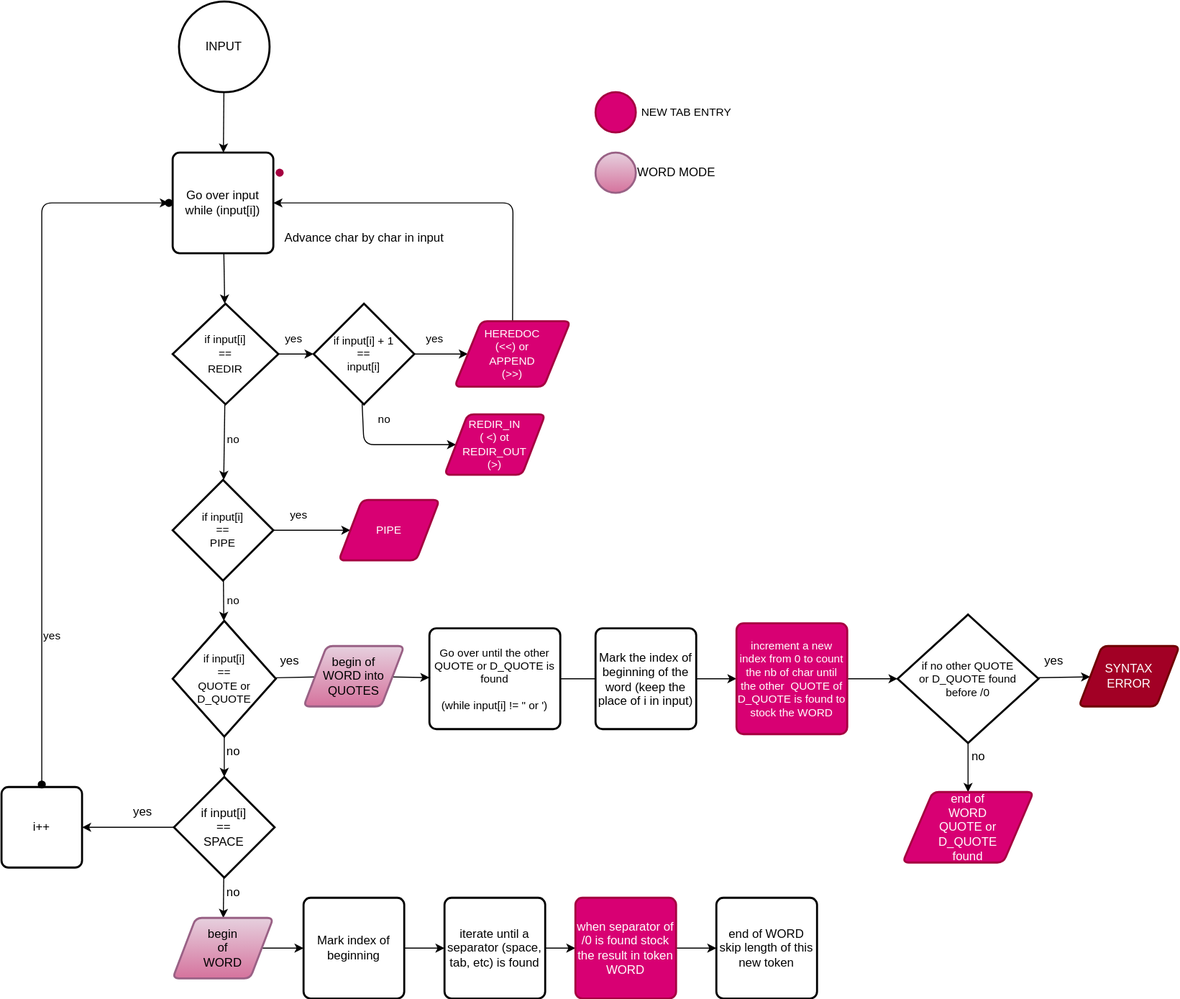
csteylae/MiniTry keeps this draw.io diagram as draws/doc_tokenization.drawio.svg. Above is the earlier version. Source tidied: cells renumbered, new cells last; positions are measured from the earlier drawing's top-left corner, leaving out a move shared by most shapes.
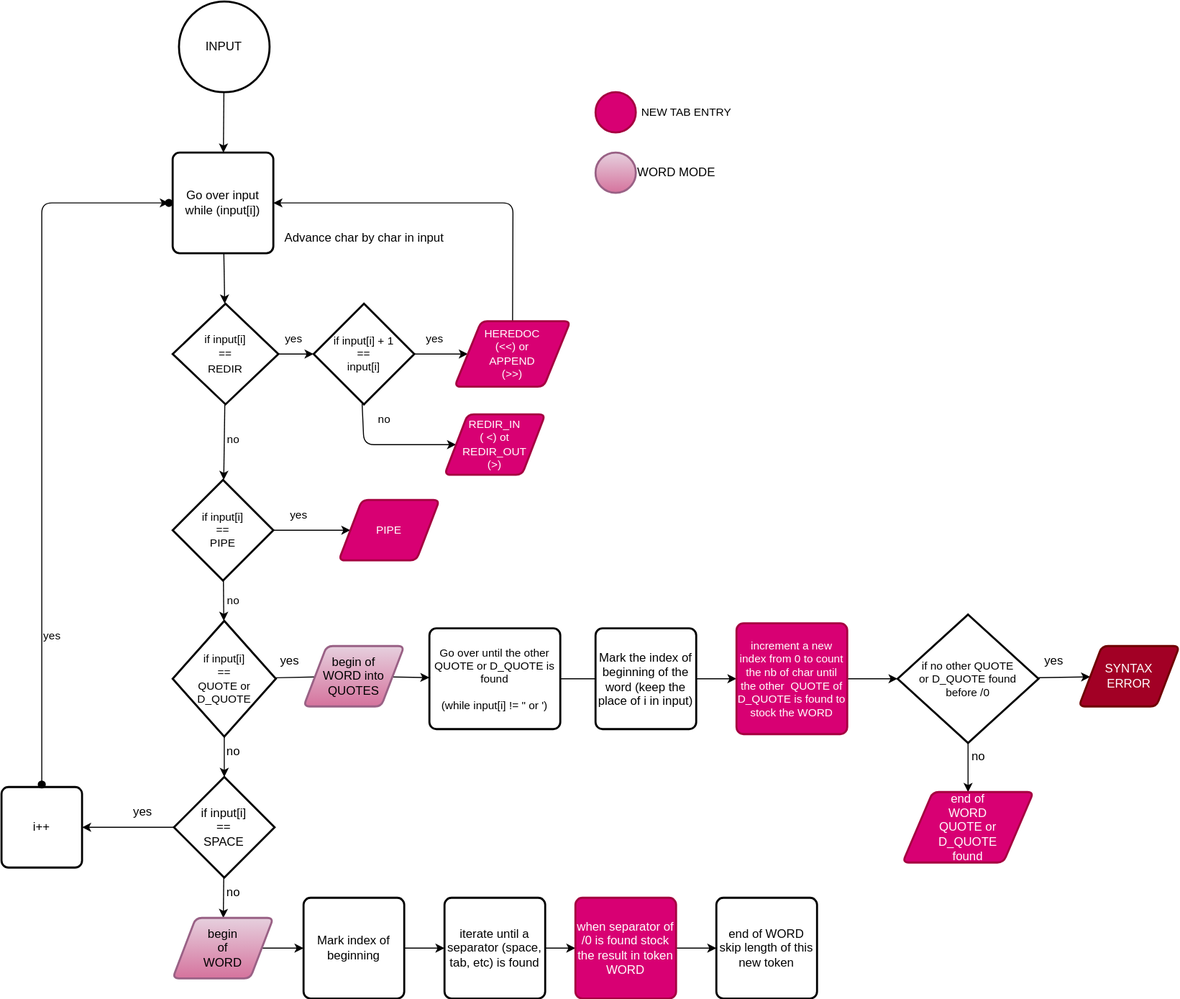
After the change.

Diff of the diagram source:
```diff
@@ -217,8 +217,5 @@
     <mxCell id="68" value="end of WORD skip length of this new token" style="rounded=1;whiteSpace=wrap;html=1;absoluteArcSize=1;arcSize=14;strokeWidth=2;" parent="1" vertex="1">
       <mxGeometry x="710" y="890" width="100" height="100" as="geometry" />
     </mxCell>
-    <mxCell id="69" style="shape=waypoint;sketch=0;size=6;fillColor=#d80073;perimeter=centerPerimeter;fontSize=11;strokeColor=#A50040;fontColor=#ffffff;strokeWidth=2;rounded=1;arcSize=12;" parent="1" vertex="1">
-      <mxGeometry x="266.2" y="160" width="20" height="20" as="geometry" />
-    </mxCell>
   </root>
 </mxGraphModel>
```
